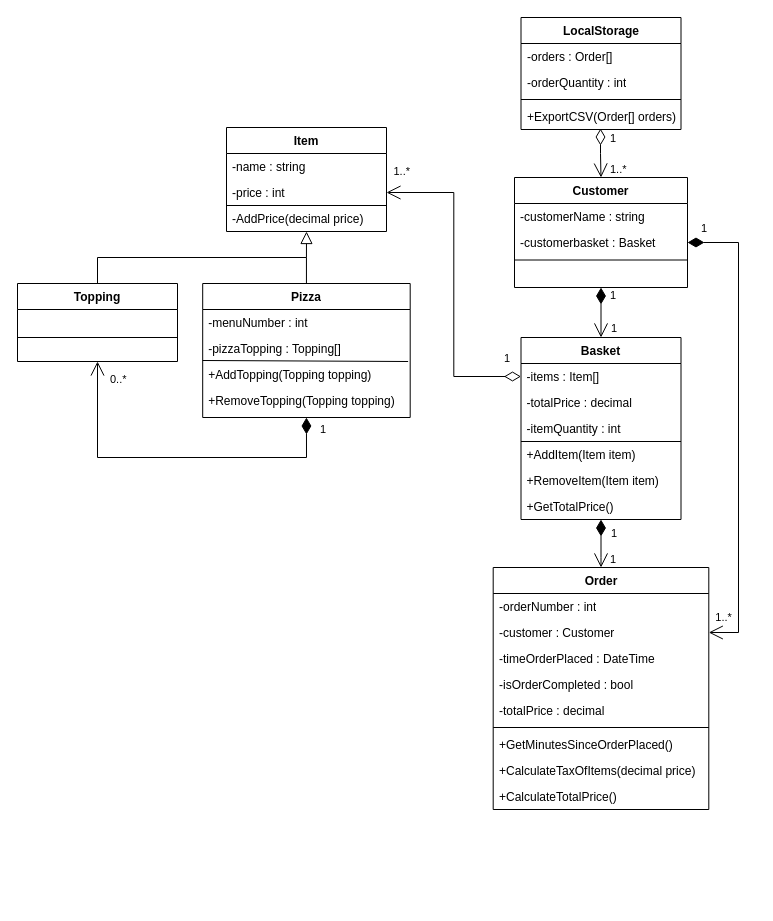
This is PizzaDocs/pizzeria design class diagram new.drawio from kleethesama/PizzaStore-2, a draw.io file, before an edit. Source tidied: cells renumbered, new cells numbered last; positions are measured from the earlier drawing's top-left corner, leaving out a move shared by most shapes. Both pictures are drawn from the tidied source at 100%, with x=0, y=0 at pixel (17, 17).
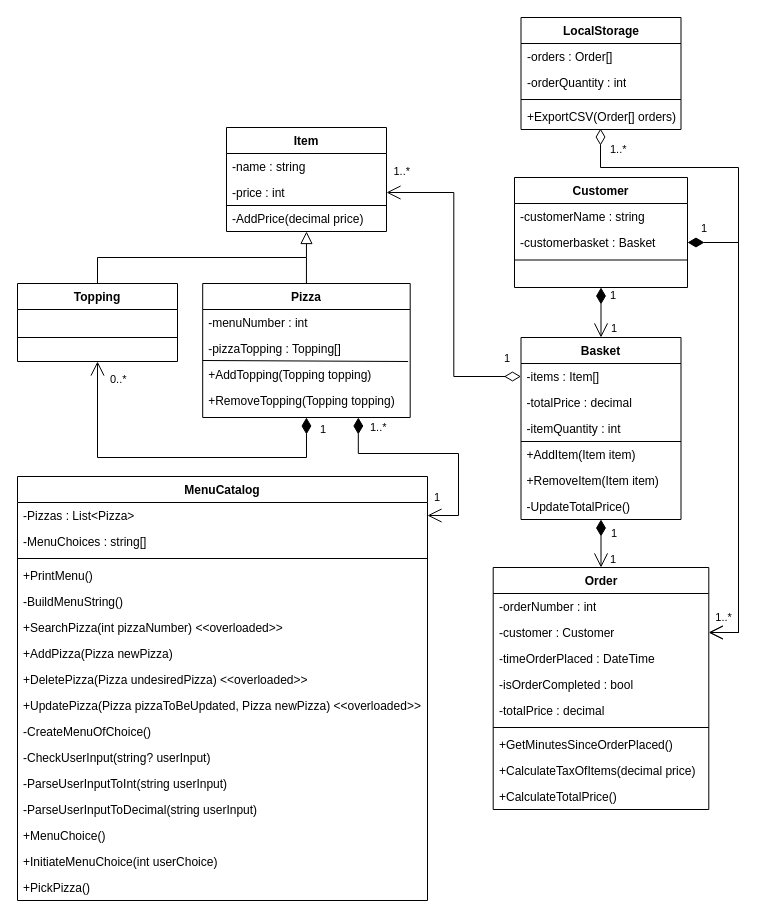
Above is the later version.

Unchanged cells that the change refers to:
```xml
<mxCell id="2" value="Pizza" style="swimlane;fontStyle=1;align=center;verticalAlign=top;horizontal=1;startSize=26;rounded=0;shadow=0;strokeWidth=1;" parent="1" vertex="1">
  <mxGeometry x="185.2" y="266" width="207.5" height="134" as="geometry" />
</mxCell>
<mxCell id="8" value="Basket" style="swimlane;fontStyle=1;align=center;verticalAlign=top;horizontal=1;startSize=26;rounded=0;shadow=0;strokeWidth=1;" parent="1" vertex="1">
  <mxGeometry x="503.5" y="320" width="160" height="182" as="geometry" />
</mxCell>
<mxCell id="23" value="Customer" style="swimlane;fontStyle=1;align=center;verticalAlign=top;horizontal=1;startSize=26;rounded=0;shadow=0;strokeWidth=1;" parent="1" vertex="1">
  <mxGeometry x="497" y="160" width="173" height="110" as="geometry" />
</mxCell>
<mxCell id="44" value="+ExportCSV(Order[] orders)" style="text;strokeColor=none;fillColor=none;align=left;verticalAlign=top;spacingLeft=4;spacingRight=4;overflow=hidden;points=[[0,0.5],[1,0.5]];portConstraint=eastwest;whiteSpace=wrap;html=1;" parent="40" vertex="1">
  <mxGeometry y="86" width="160" height="26" as="geometry" />
</mxCell>
<mxCell id="47" value="-customer : Customer" style="text;strokeColor=none;fillColor=none;align=left;verticalAlign=top;spacingLeft=4;spacingRight=4;overflow=hidden;points=[[0,0.5],[1,0.5]];portConstraint=eastwest;whiteSpace=wrap;html=1;" parent="45" vertex="1">
  <mxGeometry y="52" width="215.6" height="26" as="geometry" />
</mxCell>
```

The edit, as a diff of the source:
```diff
@@
-    <mxCell id="15" value="+GetTotalPrice()" style="text;align=left;verticalAlign=top;spacingLeft=4;spacingRight=4;overflow=hidden;rounded=0;shadow=0;html=0;" parent="8" vertex="1">
+    <mxCell id="15" value="-UpdateTotalPrice()" style="text;align=left;verticalAlign=top;spacingLeft=4;spacingRight=4;overflow=hidden;rounded=0;shadow=0;html=0;" parent="8" vertex="1">
       <mxGeometry y="156" width="160" height="26" as="geometry" />
     </mxCell>
@@
-    <mxCell id="36" value="1..*" style="align=left;verticalAlign=bottom;labelBackgroundColor=none;fontSize=11;direction=west;" parent="1" vertex="1">
-      <mxGeometry x="591" y="160" as="geometry" />
-    </mxCell>
@@
-    <mxCell id="38" value="1" style="endArrow=open;html=1;endSize=12;startArrow=diamondThin;startSize=14;startFill=0;edgeStyle=orthogonalEdgeStyle;align=left;verticalAlign=bottom;rounded=0;exitX=0.497;exitY=0.962;exitDx=0;exitDy=0;entryX=0.5;entryY=0;entryDx=0;entryDy=0;exitPerimeter=0;" parent="1" edge="1" source="44" target="23">
-      <mxGeometry x="-0.23" y="8" relative="1" as="geometry" />
+    <mxCell id="38" value="1..*" style="endArrow=open;html=1;endSize=12;startArrow=diamondThin;startSize=14;startFill=0;edgeStyle=orthogonalEdgeStyle;align=left;verticalAlign=bottom;rounded=0;exitX=0.497;exitY=0.962;exitDx=0;exitDy=0;exitPerimeter=0;entryX=1;entryY=0.5;entryDx=0;entryDy=0;" parent="1" edge="1" source="44" target="47">
+      <mxGeometry x="-0.91" y="8" relative="1" as="geometry">
+        <Array as="points">
+          <mxPoint x="583" y="150" />
+          <mxPoint x="721" y="150" />
+          <mxPoint x="721" y="615" />
+        </Array>
+      </mxGeometry>
     </mxCell>
@@
+    <mxCell id="57" value="MenuCatalog" style="swimlane;fontStyle=1;align=center;verticalAlign=top;horizontal=1;startSize=26;whiteSpace=wrap;html=1;" parent="1" vertex="1">
+      <mxGeometry y="459" width="410" height="424" as="geometry" />
+    </mxCell>
+    <mxCell id="58" value="-Pizzas : List&amp;lt;Pizza&amp;gt;" style="text;strokeColor=none;fillColor=none;align=left;verticalAlign=top;spacingLeft=4;spacingRight=4;overflow=hidden;points=[[0,0.5],[1,0.5]];portConstraint=eastwest;whiteSpace=wrap;html=1;" parent="57" vertex="1">
+      <mxGeometry y="26" width="410" height="26" as="geometry" />
+    </mxCell>
+    <mxCell id="59" value="-MenuChoices : string[]" style="text;strokeColor=none;fillColor=none;align=left;verticalAlign=top;spacingLeft=4;spacingRight=4;overflow=hidden;whiteSpace=wrap;html=1;" parent="57" vertex="1">
+      <mxGeometry y="52" width="410" height="26" as="geometry" />
+    </mxCell>
+    <mxCell id="60" style="line;strokeWidth=1;fillColor=none;align=left;verticalAlign=middle;spacingTop=-1;spacingLeft=3;spacingRight=3;labelPosition=right;strokeColor=inherit;" parent="57" vertex="1">
+      <mxGeometry y="78" width="410" height="8" as="geometry" />
+    </mxCell>
+    <mxCell id="61" value="+PrintMenu()" style="text;strokeColor=none;fillColor=none;align=left;verticalAlign=top;spacingLeft=4;spacingRight=4;overflow=hidden;whiteSpace=wrap;html=1;" parent="57" vertex="1">
+      <mxGeometry y="86" width="410" height="26" as="geometry" />
+    </mxCell>
+    <mxCell id="62" value="-BuildMenuString()" style="text;strokeColor=none;fillColor=none;align=left;verticalAlign=top;spacingLeft=4;spacingRight=4;overflow=hidden;whiteSpace=wrap;html=1;" parent="57" vertex="1">
+      <mxGeometry y="112" width="410" height="26" as="geometry" />
+    </mxCell>
+    <mxCell id="63" value="+SearchPizza(int pizzaNumber) &amp;lt;&amp;lt;overloaded&amp;gt;&amp;gt;" style="text;strokeColor=none;fillColor=none;align=left;verticalAlign=top;spacingLeft=4;spacingRight=4;overflow=hidden;whiteSpace=wrap;html=1;" parent="57" vertex="1">
+      <mxGeometry y="138" width="410" height="26" as="geometry" />
+    </mxCell>
+    <mxCell id="64" value="+AddPizza(Pizza newPizza)" style="text;strokeColor=none;fillColor=none;align=left;verticalAlign=top;spacingLeft=4;spacingRight=4;overflow=hidden;whiteSpace=wrap;html=1;" parent="57" vertex="1">
+      <mxGeometry y="164" width="410" height="26" as="geometry" />
+    </mxCell>
+    <mxCell id="65" value="+DeletePizza(Pizza undesiredPizza) &amp;lt;&amp;lt;overloaded&amp;gt;&amp;gt;" style="text;strokeColor=none;fillColor=none;align=left;verticalAlign=top;spacingLeft=4;spacingRight=4;overflow=hidden;whiteSpace=wrap;html=1;" parent="57" vertex="1">
+      <mxGeometry y="190" width="410" height="26" as="geometry" />
+    </mxCell>
+    <mxCell id="66" value="+UpdatePizza(Pizza pizzaToBeUpdated, Pizza newPizza) &amp;lt;&amp;lt;overloaded&amp;gt;&amp;gt;" style="text;strokeColor=none;fillColor=none;align=left;verticalAlign=top;spacingLeft=4;spacingRight=4;overflow=hidden;whiteSpace=wrap;html=1;" parent="57" vertex="1">
+      <mxGeometry y="216" width="410" height="26" as="geometry" />
+    </mxCell>
+    <mxCell id="67" value="-CreateMenuOfChoice()" style="text;strokeColor=none;fillColor=none;align=left;verticalAlign=top;spacingLeft=4;spacingRight=4;overflow=hidden;whiteSpace=wrap;html=1;" parent="57" vertex="1">
+      <mxGeometry y="242" width="410" height="26" as="geometry" />
+    </mxCell>
+    <mxCell id="68" value="-CheckUserInput(string? userInput)" style="text;strokeColor=none;fillColor=none;align=left;verticalAlign=top;spacingLeft=4;spacingRight=4;overflow=hidden;whiteSpace=wrap;html=1;" parent="57" vertex="1">
+      <mxGeometry y="268" width="410" height="26" as="geometry" />
+    </mxCell>
+    <mxCell id="69" value="-ParseUserInputToInt(string userInput)" style="text;strokeColor=none;fillColor=none;align=left;verticalAlign=top;spacingLeft=4;spacingRight=4;overflow=hidden;whiteSpace=wrap;html=1;" parent="57" vertex="1">
+      <mxGeometry y="294" width="410" height="26" as="geometry" />
+    </mxCell>
+    <mxCell id="70" value="-ParseUserInputToDecimal(string userInput)" style="text;strokeColor=none;fillColor=none;align=left;verticalAlign=top;spacingLeft=4;spacingRight=4;overflow=hidden;whiteSpace=wrap;html=1;" parent="57" vertex="1">
+      <mxGeometry y="320" width="410" height="26" as="geometry" />
+    </mxCell>
+    <mxCell id="71" value="+MenuChoice()" style="text;strokeColor=none;fillColor=none;align=left;verticalAlign=top;spacingLeft=4;spacingRight=4;overflow=hidden;whiteSpace=wrap;html=1;" parent="57" vertex="1">
+      <mxGeometry y="346" width="410" height="26" as="geometry" />
+    </mxCell>
+    <mxCell id="72" value="+InitiateMenuChoice(int userChoice)" style="text;strokeColor=none;fillColor=none;align=left;verticalAlign=top;spacingLeft=4;spacingRight=4;overflow=hidden;whiteSpace=wrap;html=1;" parent="57" vertex="1">
+      <mxGeometry y="372" width="410" height="26" as="geometry" />
+    </mxCell>
+    <mxCell id="73" value="+PickPizza()" style="text;strokeColor=none;fillColor=none;align=left;verticalAlign=top;spacingLeft=4;spacingRight=4;overflow=hidden;whiteSpace=wrap;html=1;" parent="57" vertex="1">
+      <mxGeometry y="398" width="410" height="26" as="geometry" />
+    </mxCell>
+    <mxCell id="36" value="1..*" style="endArrow=open;html=1;endSize=12;startArrow=diamondThin;startSize=14;startFill=1;edgeStyle=orthogonalEdgeStyle;align=left;verticalAlign=bottom;rounded=0;entryX=1;entryY=0.5;entryDx=0;entryDy=0;exitX=0.75;exitY=1;exitDx=0;exitDy=0;" parent="1" edge="1" source="2" target="58">
+      <mxGeometry x="-0.83" y="10" relative="1" as="geometry">
+        <Array as="points">
+          <mxPoint x="341" y="436" />
+          <mxPoint x="441" y="436" />
+          <mxPoint x="441" y="498" />
+        </Array>
+      </mxGeometry>
+    </mxCell>
+    <mxCell id="74" value="1" style="align=left;verticalAlign=bottom;labelBackgroundColor=none;fontSize=11;direction=west;" parent="1" vertex="1">
+      <mxGeometry x="410" y="470" as="geometry">
+        <mxPoint x="5" y="18" as="offset" />
+      </mxGeometry>
+    </mxCell>
```
